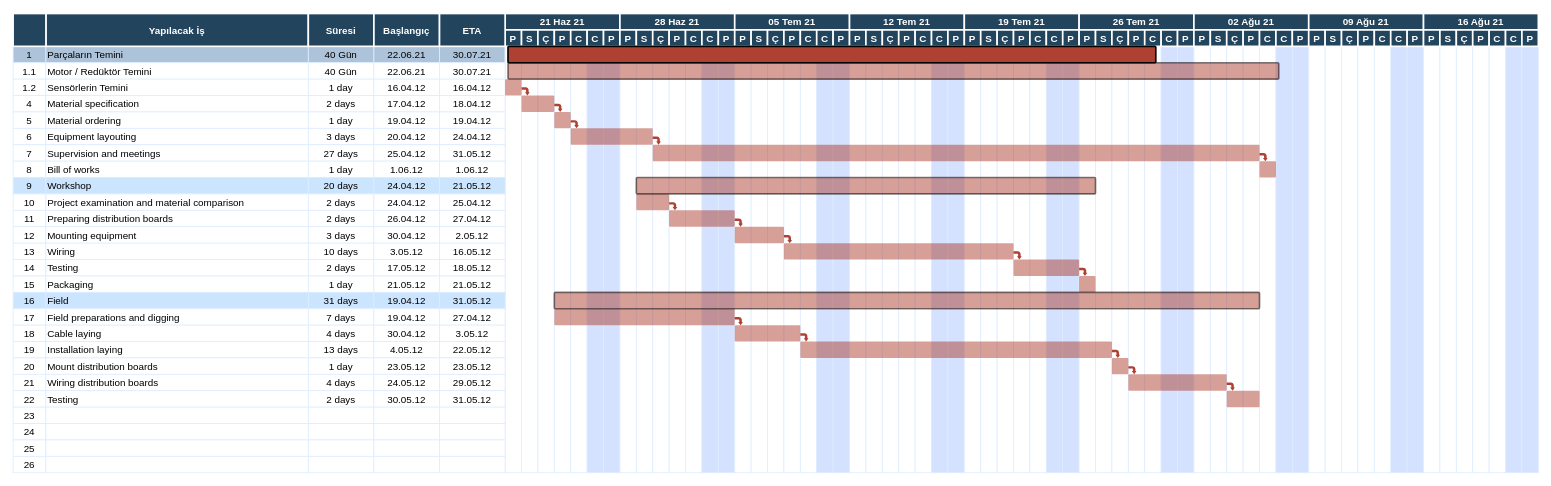
The draw.io diagram Untitled Diagram.drawio in megunay/UML-modelleme, before the edit. Source tidied: cells renumbered, new cells numbered last; positions are measured from the earlier drawing's top-left corner, leaving out a move shared by most shapes. Both pictures are drawn from the tidied source at 82%, with x=0, y=0 at pixel (12, 13).
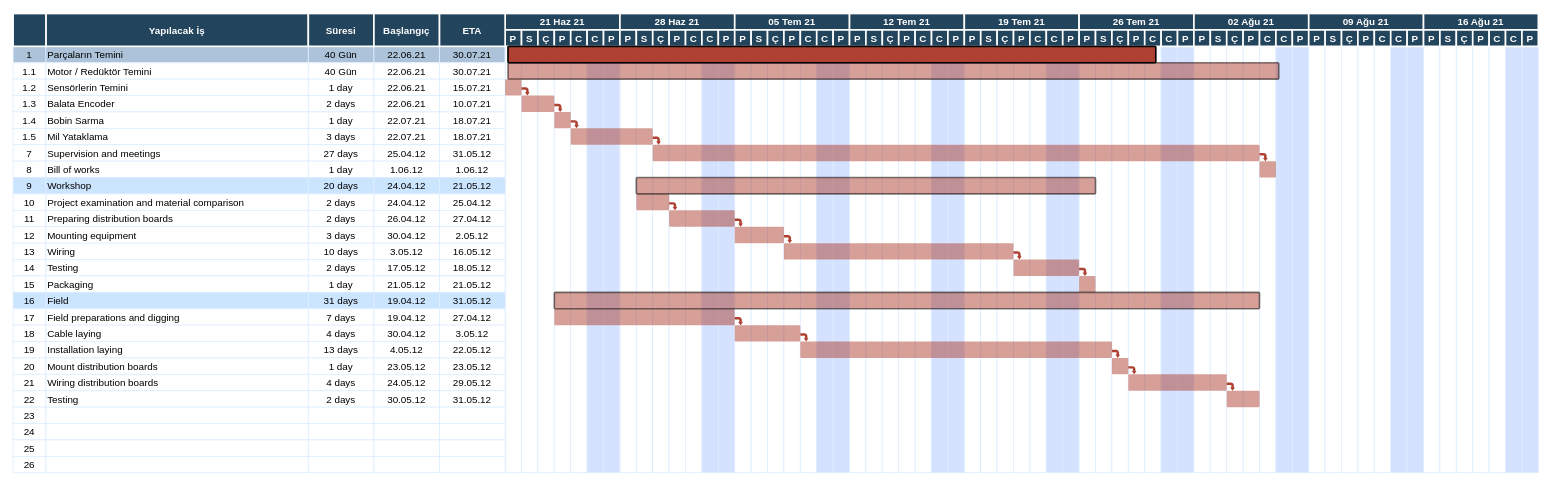
After the change.

The edit, as a diff of the source:
```diff
@@
-    <mxCell id="16" value="16.04.12" style="strokeColor=#DEEDFF;" parent="1" vertex="1">
+    <mxCell id="16" value="22.06.21" style="strokeColor=#DEEDFF;" parent="1" vertex="1">
       <mxGeometry x="440.5" y="80" width="80" height="20" as="geometry" />
     </mxCell>
-    <mxCell id="17" value="16.04.12" style="strokeColor=#DEEDFF;" parent="1" vertex="1">
+    <mxCell id="17" value="15.07.21" style="strokeColor=#DEEDFF;" parent="1" vertex="1">
       <mxGeometry x="520.5" y="80" width="80" height="20" as="geometry" />
     </mxCell>
-    <mxCell id="18" value="4" style="strokeColor=#DEEDFF;" parent="1" vertex="1">
+    <mxCell id="18" value="1.3" style="strokeColor=#DEEDFF;" parent="1" vertex="1">
       <mxGeometry x="0.5" y="100" width="40" height="20" as="geometry" />
     </mxCell>
-    <mxCell id="19" value="Material specification" style="align=left;strokeColor=#DEEDFF;" parent="1" vertex="1">
+    <mxCell id="19" value="Balata Encoder" style="align=left;strokeColor=#DEEDFF;" parent="1" vertex="1">
       <mxGeometry x="40.5" y="100" width="320" height="20" as="geometry" />
     </mxCell>
@@
-    <mxCell id="21" value="17.04.12" style="strokeColor=#DEEDFF;" parent="1" vertex="1">
+    <mxCell id="21" value="22.06.21" style="strokeColor=#DEEDFF;" parent="1" vertex="1">
       <mxGeometry x="440.5" y="100" width="80" height="20" as="geometry" />
     </mxCell>
-    <mxCell id="22" value="18.04.12" style="strokeColor=#DEEDFF;" parent="1" vertex="1">
+    <mxCell id="22" value="10.07.21" style="strokeColor=#DEEDFF;" parent="1" vertex="1">
       <mxGeometry x="520.5" y="100" width="80" height="20" as="geometry" />
     </mxCell>
-    <mxCell id="23" value="5" style="strokeColor=#DEEDFF;" parent="1" vertex="1">
+    <mxCell id="23" value="1.4" style="strokeColor=#DEEDFF;" parent="1" vertex="1">
       <mxGeometry x="0.5" y="120" width="40" height="20" as="geometry" />
     </mxCell>
-    <mxCell id="24" value="Material ordering" style="align=left;strokeColor=#DEEDFF;" parent="1" vertex="1">
+    <mxCell id="24" value="Bobin Sarma" style="align=left;strokeColor=#DEEDFF;" parent="1" vertex="1">
       <mxGeometry x="40.5" y="120" width="320" height="20" as="geometry" />
     </mxCell>
@@
-    <mxCell id="26" value="19.04.12" style="strokeColor=#DEEDFF;" parent="1" vertex="1">
+    <mxCell id="26" value="22.07.21" style="strokeColor=#DEEDFF;" parent="1" vertex="1">
       <mxGeometry x="440.5" y="120" width="80" height="20" as="geometry" />
     </mxCell>
-    <mxCell id="27" value="19.04.12" style="strokeColor=#DEEDFF;" parent="1" vertex="1">
+    <mxCell id="27" value="18.07.21" style="strokeColor=#DEEDFF;" parent="1" vertex="1">
       <mxGeometry x="520.5" y="120" width="80" height="20" as="geometry" />
     </mxCell>
-    <mxCell id="28" value="6" style="strokeColor=#DEEDFF;" parent="1" vertex="1">
+    <mxCell id="28" value="1.5" style="strokeColor=#DEEDFF;" parent="1" vertex="1">
       <mxGeometry x="0.5" y="140" width="40" height="20" as="geometry" />
     </mxCell>
-    <mxCell id="29" value="Equipment layouting" style="align=left;strokeColor=#DEEDFF;" parent="1" vertex="1">
+    <mxCell id="29" value="Mil Yataklama" style="align=left;strokeColor=#DEEDFF;" parent="1" vertex="1">
       <mxGeometry x="40.5" y="140" width="320" height="20" as="geometry" />
     </mxCell>
@@
-    <mxCell id="31" value="20.04.12" style="strokeColor=#DEEDFF;" parent="1" vertex="1">
+    <mxCell id="31" value="22.07.21" style="strokeColor=#DEEDFF;" parent="1" vertex="1">
       <mxGeometry x="440.5" y="140" width="80" height="20" as="geometry" />
     </mxCell>
-    <mxCell id="32" value="24.04.12" style="strokeColor=#DEEDFF;" parent="1" vertex="1">
+    <mxCell id="32" value="18.07.21" style="strokeColor=#DEEDFF;" parent="1" vertex="1">
       <mxGeometry x="520.5" y="140" width="80" height="20" as="geometry" />
     </mxCell>
```
